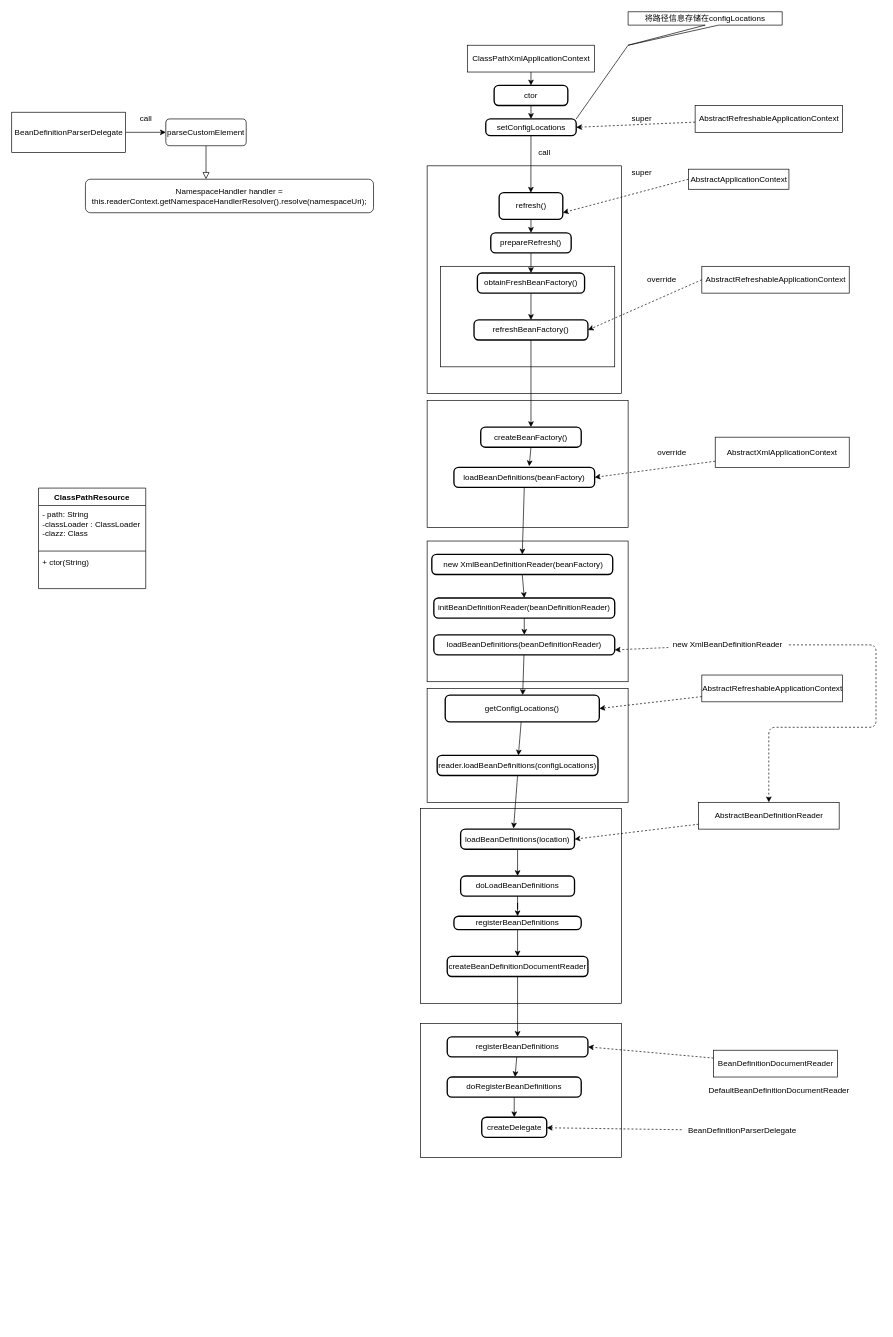
Earlier version of the draw.io diagram diagrams/springframework1.drawio (arxobject/spring_analysis). Source tidied: cells renumbered, new cells numbered last; positions are measured from the earlier drawing's top-left corner, leaving out a move shared by most shapes. Both pictures are drawn from the tidied source at 67%, with x=0, y=0 at pixel (11, 11).
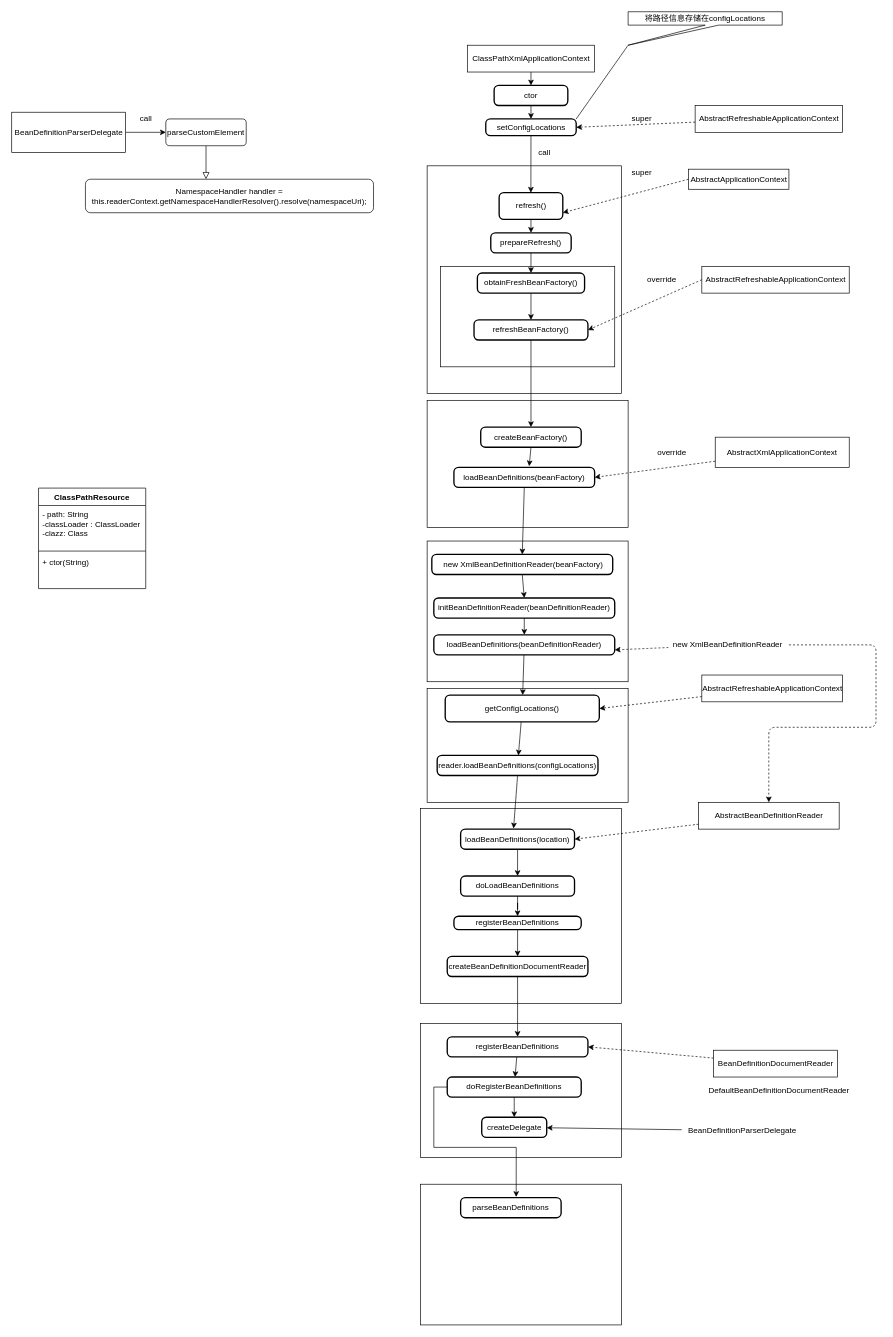
Above is the later version.

Unchanged cells that the change refers to:
```xml
<mxCell id="84" value="doRegisterBeanDefinitions" style="rounded=1;whiteSpace=wrap;html=1;absoluteArcSize=1;arcSize=14;strokeWidth=2;fillColor=none;" parent="1" vertex="1">
  <mxGeometry x="650" y="1590" width="200" height="30" as="geometry" />
</mxCell>
<mxCell id="85" value="createDelegate" style="rounded=1;whiteSpace=wrap;html=1;absoluteArcSize=1;arcSize=14;strokeWidth=2;fillColor=none;" parent="1" vertex="1">
  <mxGeometry x="701.5" y="1650" width="97" height="30" as="geometry" />
</mxCell>
<mxCell id="87" value="BeanDefinitionParserDelegate" style="text;html=1;align=center;verticalAlign=middle;points=[];fillColor=none;strokeColor=none;rounded=0;" parent="1" vertex="1">
  <mxGeometry x="1000" y="1660" width="180" height="20" as="geometry" />
</mxCell>
```

The edit, as a diff of the source:
```diff
@@
+    <mxCell id="88" style="edgeStyle=orthogonalEdgeStyle;rounded=0;jettySize=auto;html=1;exitX=0;exitY=0.5;exitDx=0;exitDy=0;entryX=0.553;entryY=-0.033;entryDx=0;entryDy=0;entryPerimeter=0;" parent="1" edge="1" source="84" target="90">
+      <mxGeometry relative="1" as="geometry" />
+    </mxCell>
@@
-    <mxCell id="86" style="edgeStyle=none;rounded=0;jettySize=auto;html=1;dashed=1;" parent="1" edge="1" source="87" target="85">
+    <mxCell id="86" style="edgeStyle=none;rounded=0;jettySize=auto;html=1;" parent="1" edge="1" source="87" target="85">
       <mxGeometry relative="1" as="geometry" />
     </mxCell>
@@
+    <mxCell id="89" style="rounded=0;whiteSpace=wrap;html=1;fillColor=none;" parent="1" vertex="1">
+      <mxGeometry x="610" y="1750" width="300" height="210" as="geometry" />
+    </mxCell>
+    <mxCell id="90" value="parseBeanDefinitions" style="rounded=1;whiteSpace=wrap;html=1;absoluteArcSize=1;arcSize=14;strokeWidth=2;fillColor=none;" parent="1" vertex="1">
+      <mxGeometry x="670" y="1770" width="150" height="30" as="geometry" />
+    </mxCell>
```
